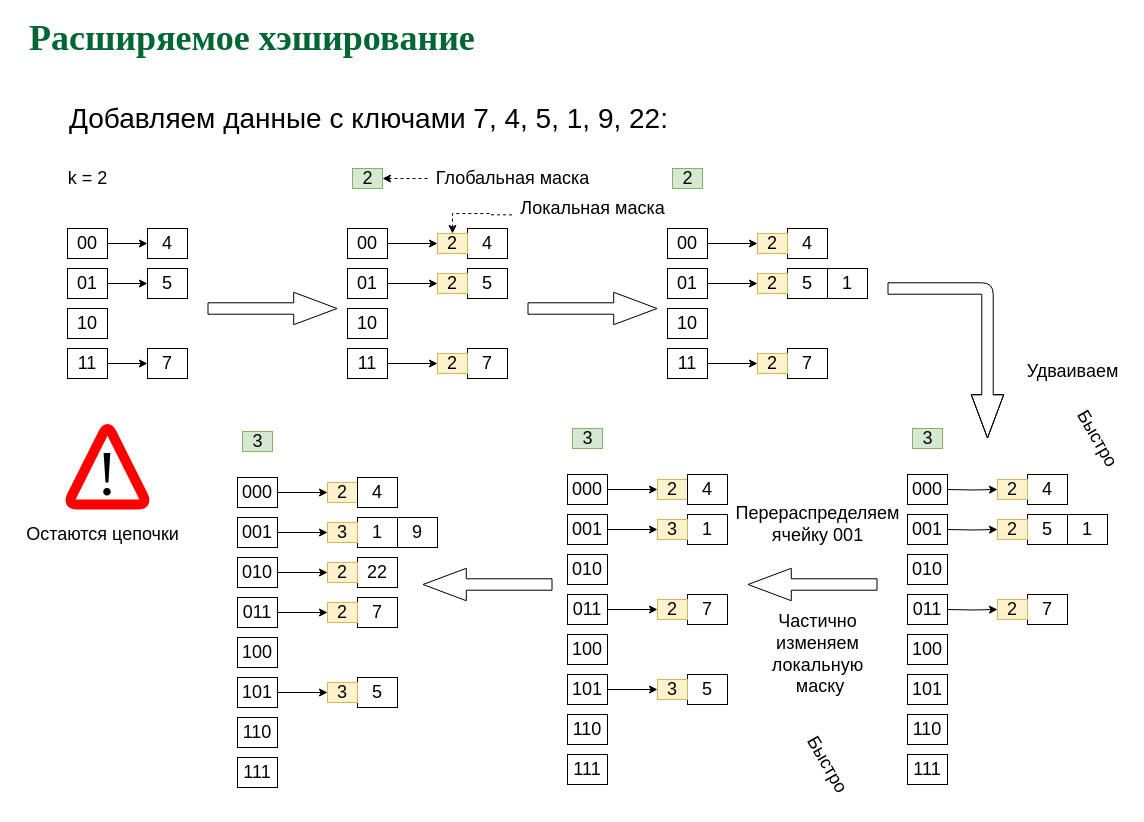
This is page "p20" (20 of 26) of slides/dynhash.drawio from amcp-pit/db_course, a draw.io file, before an edit. Source tidied: cells renumbered, new cells numbered last; positions are measured from the earlier drawing's top-left corner, leaving out a move shared by most shapes. Both pictures are drawn from the tidied source at 100%, with x=0, y=0 at pixel (17, 28).
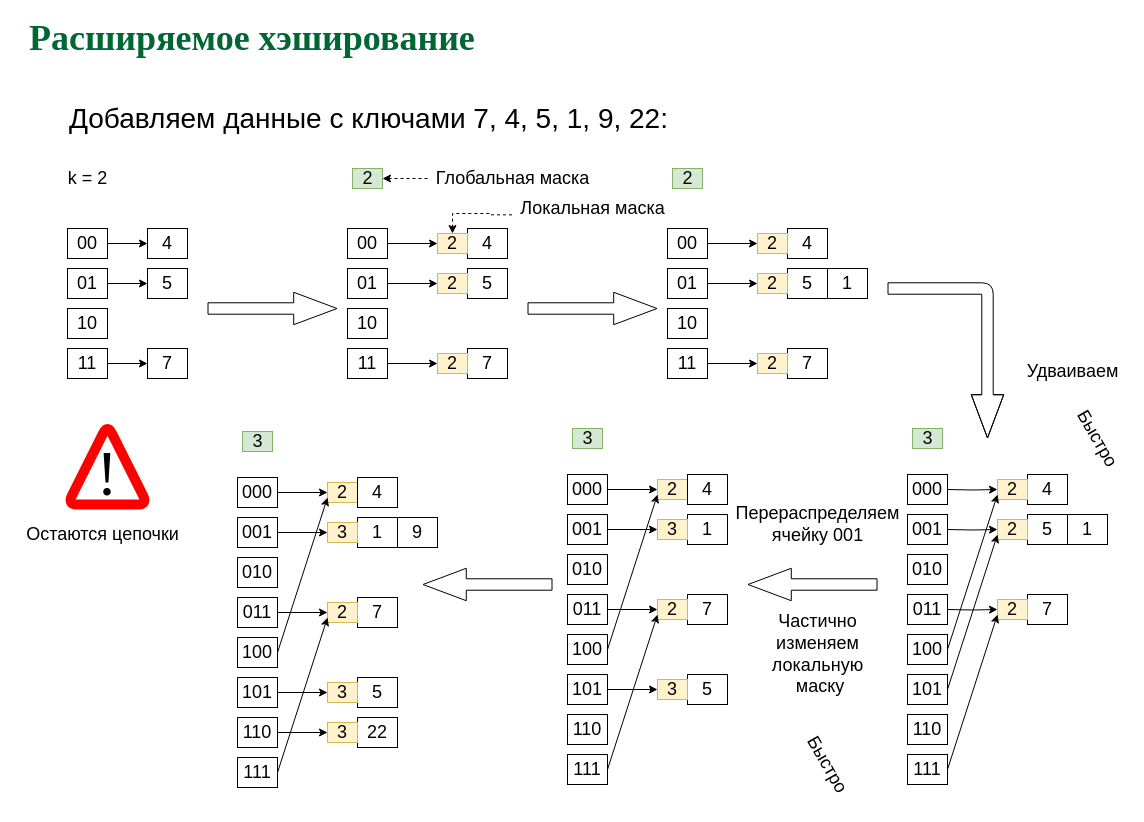
The same page after the edit.

Unchanged cells that the change refers to:
```xml
<mxCell id="24" value="&lt;font style=&quot;font-size: 18px&quot;&gt;100&lt;/font&gt;" style="rounded=0;whiteSpace=wrap;html=1;" parent="1" vertex="1">
  <mxGeometry x="550" y="606" width="40" height="30" as="geometry" />
</mxCell>
<mxCell id="27" value="&lt;font style=&quot;font-size: 18px&quot;&gt;111&lt;/font&gt;" style="rounded=0;whiteSpace=wrap;html=1;" parent="1" vertex="1">
  <mxGeometry x="550" y="726" width="40" height="30" as="geometry" />
</mxCell>
<mxCell id="68" value="&lt;font style=&quot;font-size: 18px&quot;&gt;2&lt;/font&gt;" style="rounded=0;whiteSpace=wrap;html=1;fillColor=#fff2cc;strokeColor=#d6b656;" parent="1" vertex="1">
  <mxGeometry x="640" y="451" width="30" height="20" as="geometry" />
</mxCell>
<mxCell id="71" value="&lt;font style=&quot;font-size: 18px&quot;&gt;2&lt;/font&gt;" style="rounded=0;whiteSpace=wrap;html=1;fillColor=#fff2cc;strokeColor=#d6b656;" parent="1" vertex="1">
  <mxGeometry x="640" y="571" width="30" height="20" as="geometry" />
</mxCell>
<mxCell id="79" value="&lt;font style=&quot;font-size: 18px&quot;&gt;2&lt;/font&gt;" style="rounded=0;whiteSpace=wrap;html=1;fillColor=#fff2cc;strokeColor=#d6b656;" parent="1" vertex="1">
  <mxGeometry x="980" y="571" width="30" height="20" as="geometry" />
</mxCell>
<mxCell id="80" value="&lt;font style=&quot;font-size: 18px&quot;&gt;2&lt;/font&gt;" style="rounded=0;whiteSpace=wrap;html=1;fillColor=#fff2cc;strokeColor=#d6b656;" parent="1" vertex="1">
  <mxGeometry x="980" y="451" width="30" height="20" as="geometry" />
</mxCell>
<mxCell id="81" value="&lt;font style=&quot;font-size: 18px&quot;&gt;2&lt;/font&gt;" style="rounded=0;whiteSpace=wrap;html=1;fillColor=#fff2cc;strokeColor=#d6b656;" parent="1" vertex="1">
  <mxGeometry x="980" y="491" width="30" height="20" as="geometry" />
</mxCell>
<mxCell id="87" value="&lt;font style=&quot;font-size: 18px&quot;&gt;100&lt;/font&gt;" style="rounded=0;whiteSpace=wrap;html=1;" parent="1" vertex="1">
  <mxGeometry x="890" y="606" width="40" height="30" as="geometry" />
</mxCell>
<mxCell id="88" value="&lt;font style=&quot;font-size: 18px&quot;&gt;101&lt;/font&gt;" style="rounded=0;whiteSpace=wrap;html=1;" parent="1" vertex="1">
  <mxGeometry x="890" y="646" width="40" height="30" as="geometry" />
</mxCell>
<mxCell id="89" value="&lt;font style=&quot;font-size: 18px&quot;&gt;111&lt;/font&gt;" style="rounded=0;whiteSpace=wrap;html=1;" parent="1" vertex="1">
  <mxGeometry x="890" y="726" width="40" height="30" as="geometry" />
</mxCell>
<mxCell id="104" value="&lt;font style=&quot;font-size: 18px&quot;&gt;010&lt;/font&gt;" style="rounded=0;whiteSpace=wrap;html=1;" parent="1" vertex="1">
  <mxGeometry x="220" y="529" width="40" height="30" as="geometry" />
</mxCell>
<mxCell id="105" value="&lt;font style=&quot;font-size: 18px&quot;&gt;100&lt;/font&gt;" style="rounded=0;whiteSpace=wrap;html=1;" parent="1" vertex="1">
  <mxGeometry x="220" y="609" width="40" height="30" as="geometry" />
</mxCell>
<mxCell id="108" value="&lt;font style=&quot;font-size: 18px&quot;&gt;111&lt;/font&gt;" style="rounded=0;whiteSpace=wrap;html=1;" parent="1" vertex="1">
  <mxGeometry x="220" y="729" width="40" height="30" as="geometry" />
</mxCell>
<mxCell id="109" value="&lt;font style=&quot;font-size: 18px&quot;&gt;110&lt;/font&gt;" style="rounded=0;whiteSpace=wrap;html=1;" parent="1" vertex="1">
  <mxGeometry x="220" y="689" width="40" height="30" as="geometry" />
</mxCell>
<mxCell id="113" value="&lt;font style=&quot;font-size: 18px&quot;&gt;2&lt;/font&gt;" style="rounded=0;whiteSpace=wrap;html=1;fillColor=#fff2cc;strokeColor=#d6b656;" parent="1" vertex="1">
  <mxGeometry x="310" y="454" width="30" height="20" as="geometry" />
</mxCell>
<mxCell id="116" value="&lt;font style=&quot;font-size: 18px&quot;&gt;2&lt;/font&gt;" style="rounded=0;whiteSpace=wrap;html=1;fillColor=#fff2cc;strokeColor=#d6b656;" parent="1" vertex="1">
  <mxGeometry x="310" y="574" width="30" height="20" as="geometry" />
</mxCell>
```

What changed in the source:
```diff
@@
-    <mxCell id="103" style="edgeStyle=orthogonalEdgeStyle;rounded=0;jettySize=auto;html=1;" parent="1" edge="1" source="104" target="120">
-      <mxGeometry relative="1" as="geometry" />
-    </mxCell>
@@
     <mxCell id="119" value="&lt;font style=&quot;font-size: 18px&quot;&gt;22&lt;/font&gt;" style="rounded=0;whiteSpace=wrap;html=1;" parent="1" vertex="1">
-      <mxGeometry x="340" y="529" width="40" height="30" as="geometry" />
+      <mxGeometry x="340" y="689" width="40" height="30" as="geometry" />
     </mxCell>
-    <mxCell id="120" value="&lt;font style=&quot;font-size: 18px&quot;&gt;2&lt;/font&gt;" style="rounded=0;whiteSpace=wrap;html=1;fillColor=#fff2cc;strokeColor=#d6b656;" parent="1" vertex="1">
-      <mxGeometry x="310" y="534" width="30" height="20" as="geometry" />
+    <mxCell id="120" value="&lt;font style=&quot;font-size: 18px&quot;&gt;3&lt;/font&gt;" style="rounded=0;whiteSpace=wrap;html=1;fillColor=#fff2cc;strokeColor=#d6b656;" parent="1" vertex="1">
+      <mxGeometry x="310" y="694" width="30" height="20" as="geometry" />
     </mxCell>
@@
+    <mxCell id="127" style="endArrow=classic;html=1;exitX=1;exitY=0.5;exitDx=0;exitDy=0;entryX=0;entryY=0.75;entryDx=0;entryDy=0;" parent="1" edge="1" source="89" target="79">
+      <mxGeometry relative="1" as="geometry" />
+    </mxCell>
+    <mxCell id="128" style="endArrow=classic;html=1;exitX=1;exitY=0.5;exitDx=0;exitDy=0;entryX=0;entryY=0.75;entryDx=0;entryDy=0;" parent="1" edge="1" source="88" target="81">
+      <mxGeometry relative="1" as="geometry" />
+    </mxCell>
+    <mxCell id="129" style="endArrow=classic;html=1;exitX=1;exitY=0.5;exitDx=0;exitDy=0;entryX=0;entryY=0.75;entryDx=0;entryDy=0;" parent="1" edge="1" source="87" target="80">
+      <mxGeometry relative="1" as="geometry" />
+    </mxCell>
+    <mxCell id="130" style="endArrow=classic;html=1;exitX=1;exitY=0.5;exitDx=0;exitDy=0;entryX=0;entryY=0.75;entryDx=0;entryDy=0;" parent="1" edge="1" source="27" target="71">
+      <mxGeometry relative="1" as="geometry" />
+    </mxCell>
+    <mxCell id="131" style="endArrow=classic;html=1;exitX=1;exitY=0.5;exitDx=0;exitDy=0;entryX=0;entryY=0.75;entryDx=0;entryDy=0;" parent="1" edge="1" source="24" target="68">
+      <mxGeometry relative="1" as="geometry" />
+    </mxCell>
+    <mxCell id="132" style="endArrow=classic;html=1;exitX=1;exitY=0.5;exitDx=0;exitDy=0;entryX=0;entryY=0.5;entryDx=0;entryDy=0;" parent="1" edge="1" source="109" target="120">
+      <mxGeometry relative="1" as="geometry" />
+    </mxCell>
+    <mxCell id="133" style="endArrow=classic;html=1;exitX=1;exitY=0.5;exitDx=0;exitDy=0;entryX=0;entryY=0.75;entryDx=0;entryDy=0;" parent="1" edge="1" source="108" target="116">
+      <mxGeometry relative="1" as="geometry" />
+    </mxCell>
+    <mxCell id="134" style="endArrow=classic;html=1;exitX=1;exitY=0.5;exitDx=0;exitDy=0;entryX=0;entryY=0.75;entryDx=0;entryDy=0;" parent="1" edge="1" source="105" target="113">
+      <mxGeometry relative="1" as="geometry" />
+    </mxCell>
```
